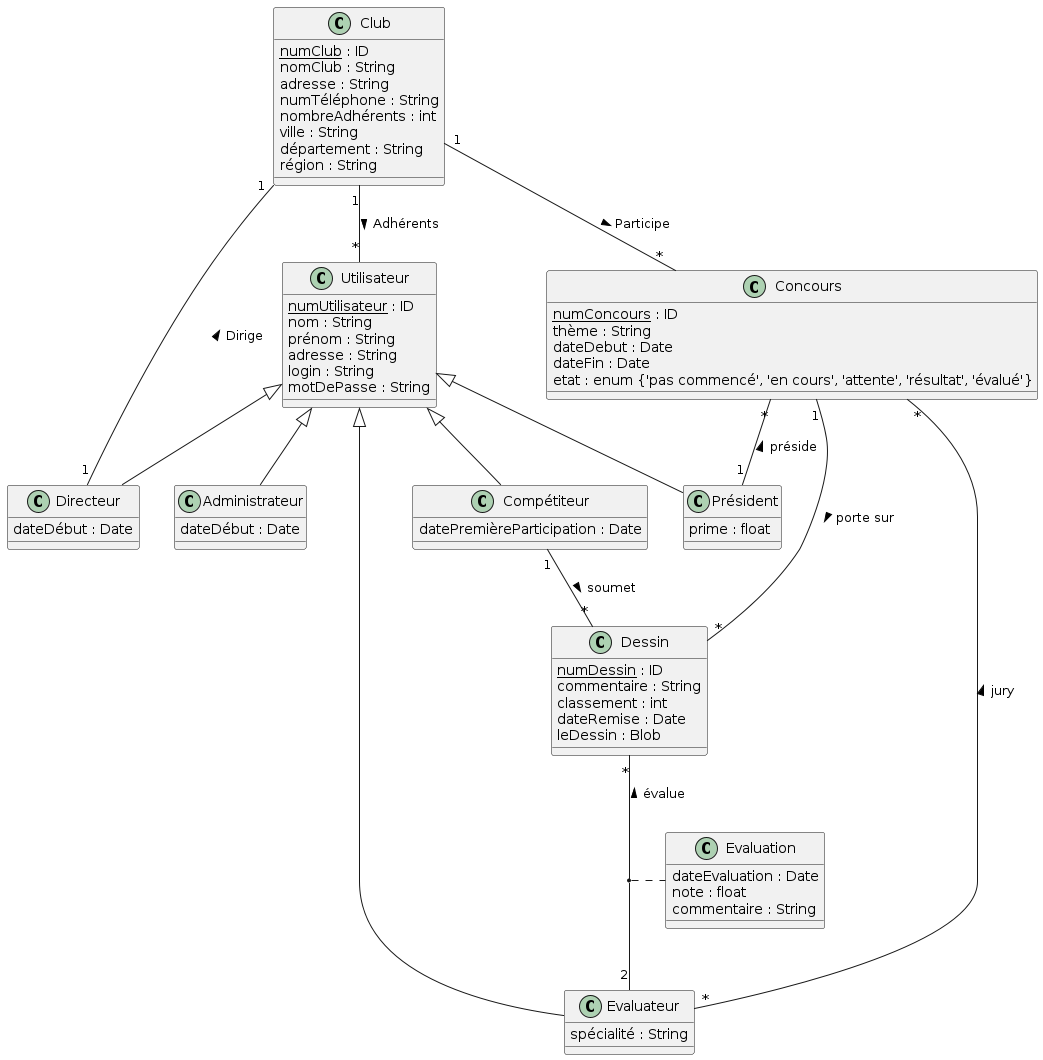
Before: docs/schema.png, a diagram exported from PlantUML (matthieuEv/Draw-Arena). Source of this version:
```plantuml
@startuml
skinparam classAttributeIconSize 0

class Club {
    <u>numClub</u> : ID
    nomClub : String
    adresse : String
    numTéléphone : String
    nombreAdhérents : int
    ville : String
    département : String
    région : String
}

class Utilisateur {
    <u>numUtilisateur</u> : ID
    nom : String
    prénom : String
    adresse : String
    login : String
    motDePasse : String
}

class Concours {
    <u>numConcours</u> : ID
    thème : String
    dateDebut : Date
    dateFin : Date
    etat : enum {'pas commencé', 'en cours', 'attente', 'résultat', 'évalué'}
}

class Dessin {
    <u>numDessin</u> : ID
    commentaire : String
    classement : int
    dateRemise : Date
    leDessin : Blob
}

class Evaluation {
    dateEvaluation : Date
    note : float
    commentaire : String
}

class Compétiteur {
    datePremièreParticipation : Date
}

class Evaluateur {
    spécialité : String
}

class Président {
    prime : float
}

class Administrateur {
    dateDébut : Date
}

class Directeur {
    dateDébut : Date
}

Utilisateur <|-- Compétiteur
Utilisateur <|-- Evaluateur
Utilisateur <|-- Président
Utilisateur <|-- Administrateur
Utilisateur <|-- Directeur

Club "1" -- "*" Utilisateur : Adhérents >
Club "1" -- "*" Concours : Participe >
Club "1" - "1" Directeur : Dirige <

Concours "1" -- "*" Dessin : porte sur >
Concours "*" -- "1" Président : préside <
Concours "*" --- "*" Evaluateur : jury <

Compétiteur "1" -- "*" Dessin : soumet >

Dessin "*" -- "2" Evaluateur : évalue <
(Dessin, Evaluateur) .. Evaluation

@enduml
```
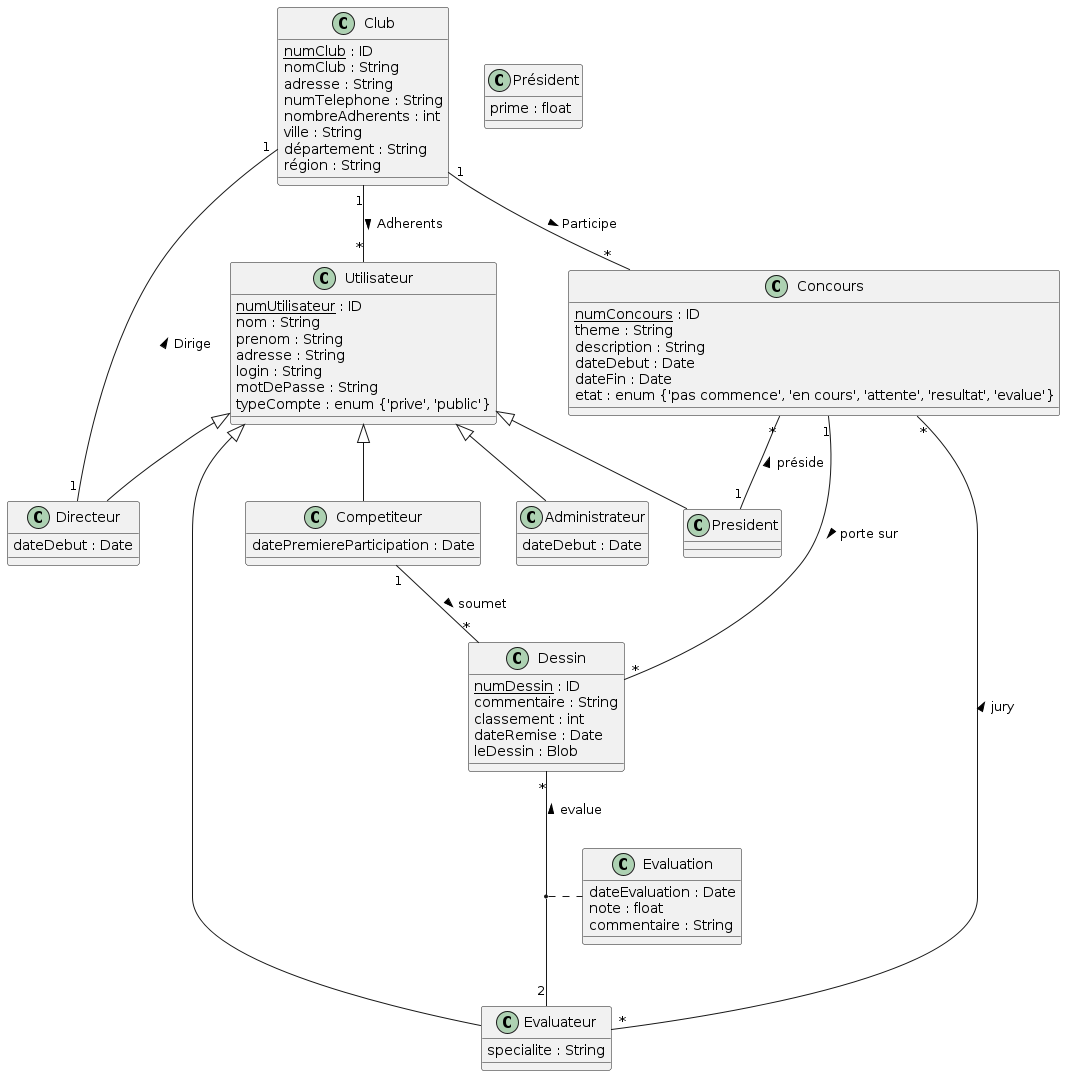
After the commit.

What changed in the source:
```diff
@@ -5,8 +5,8 @@
     <u>numClub</u> : ID
     nomClub : String
     adresse : String
-    numTéléphone : String
-    nombreAdhérents : int
+    numTelephone : String
+    nombreAdherents : int
     ville : String
     département : String
     région : String
@@ -15,18 +15,20 @@
 class Utilisateur {
     <u>numUtilisateur</u> : ID
     nom : String
-    prénom : String
+    prenom : String
     adresse : String
     login : String
     motDePasse : String
+    typeCompte : enum {'prive', 'public'}
 }
 
 class Concours {
     <u>numConcours</u> : ID
-    thème : String
+    theme : String
+    description : String
     dateDebut : Date
     dateFin : Date
-    etat : enum {'pas commencé', 'en cours', 'attente', 'résultat', 'évalué'}
+    etat : enum {'pas commence', 'en cours', 'attente', 'resultat', 'evalue'}
 }
 
 class Dessin {
@@ -43,12 +45,12 @@
     commentaire : String
 }
 
-class Compétiteur {
-    datePremièreParticipation : Date
+class Competiteur {
+    datePremiereParticipation : Date
 }
 
 class Evaluateur {
-    spécialité : String
+    specialite : String
 }
 
 class Président {
@@ -56,30 +58,30 @@
 }
 
 class Administrateur {
-    dateDébut : Date
+    dateDebut : Date
 }
 
 class Directeur {
-    dateDébut : Date
+    dateDebut : Date
 }
 
-Utilisateur <|-- Compétiteur
+Utilisateur <|-- Competiteur
 Utilisateur <|-- Evaluateur
-Utilisateur <|-- Président
+Utilisateur <|-- President
 Utilisateur <|-- Administrateur
 Utilisateur <|-- Directeur
 
-Club "1" -- "*" Utilisateur : Adhérents >
+Club "1" -- "*" Utilisateur : Adherents >
 Club "1" -- "*" Concours : Participe >
 Club "1" - "1" Directeur : Dirige <
 
 Concours "1" -- "*" Dessin : porte sur >
-Concours "*" -- "1" Président : préside <
+Concours "*" -- "1" President : préside <
 Concours "*" --- "*" Evaluateur : jury <
 
-Compétiteur "1" -- "*" Dessin : soumet >
+Competiteur "1" -- "*" Dessin : soumet >
 
-Dessin "*" -- "2" Evaluateur : évalue <
+Dessin "*" -- "2" Evaluateur : evalue <
 (Dessin, Evaluateur) .. Evaluation
 
 @enduml
```
